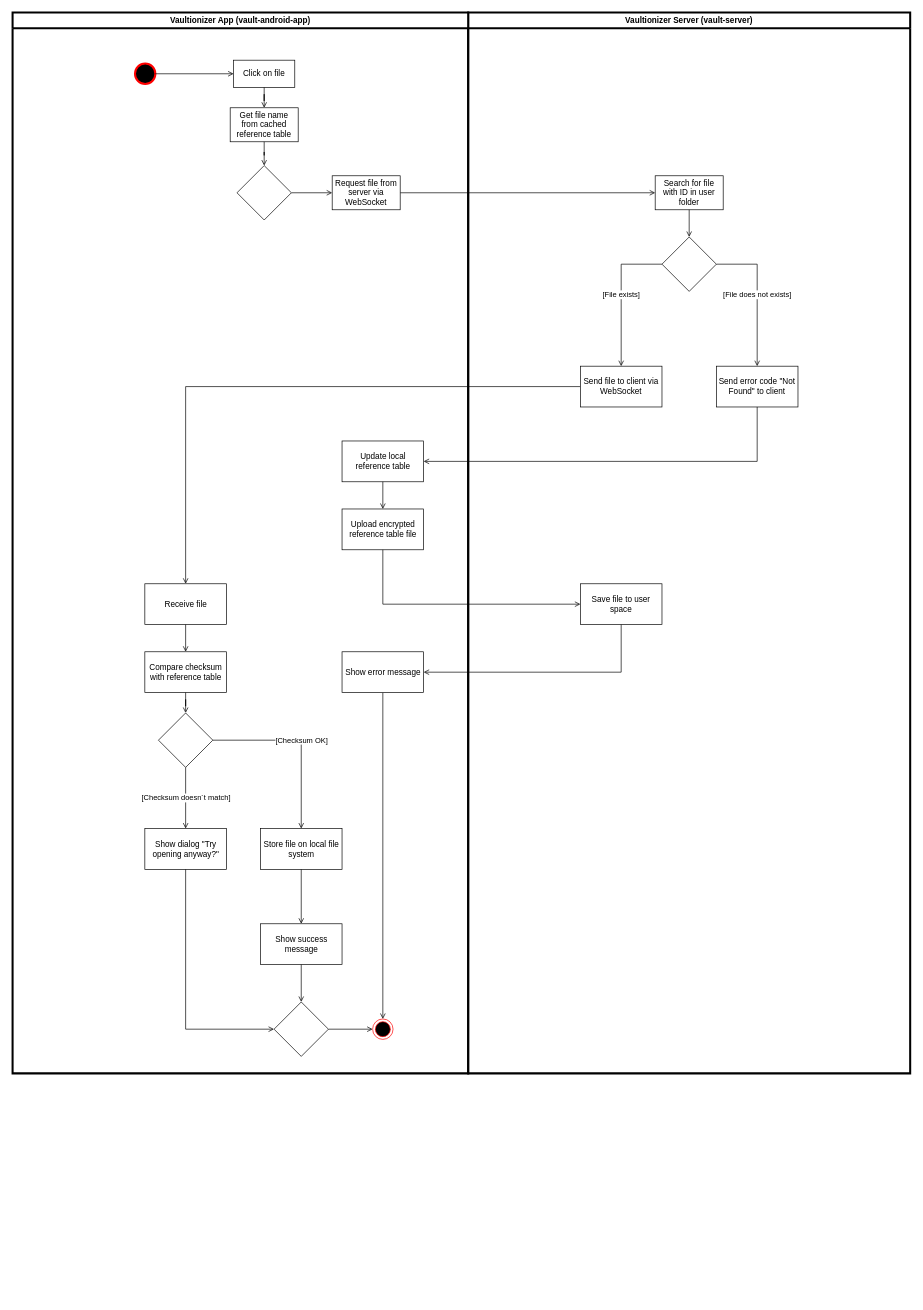
The draw.io diagram img/use_cases/activity_diagrams/ad_download_file.drawio in Vaultionizer/vault-docs, before the edit. Source tidied: cells renumbered, new cells numbered last; positions are measured from the earlier drawing's top-left corner, leaving out a move shared by most shapes. Both pictures are drawn from the tidied source at 68%, with x=0, y=0 at pixel (12, 12).
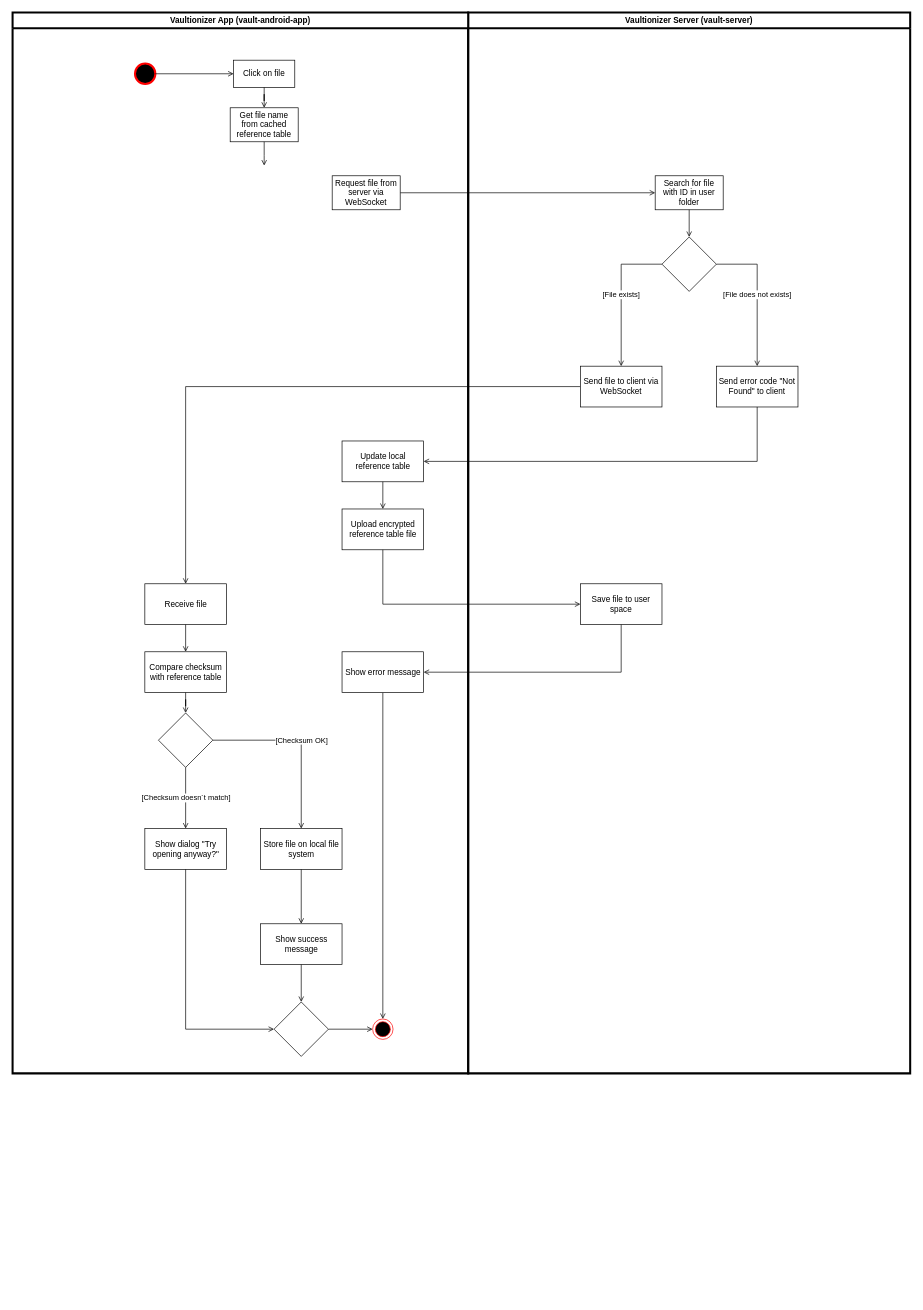
The same page after the edit.

Unchanged cells that the change refers to:
```xml
<mxCell id="14" style="group;" parent="1" vertex="1">
  <mxGeometry width="670" height="1890" as="geometry" />
</mxCell>
<mxCell id="16" value="Get file name from cached reference table" style="rounded=0;whiteSpace=wrap;html=1;" parent="14" vertex="1">
  <mxGeometry x="320" y="140" width="100" height="50" as="geometry" />
</mxCell>
<mxCell id="18" value="Request file from server via WebSocket" style="rounded=0;whiteSpace=wrap;html=1;" parent="14" vertex="1">
  <mxGeometry x="470" y="240" width="100" height="50" as="geometry" />
</mxCell>
```

The edit, as a diff of the source:
```diff
@@
-    <mxCell id="30" style="edgeStyle=orthogonalEdgeStyle;rounded=0;jettySize=auto;html=1;entryX=0;entryY=0.5;entryDx=0;entryDy=0;endArrow=open;endFill=0;strokeColor=#000000;" parent="14" edge="1" source="31" target="18">
-      <mxGeometry relative="1" as="geometry" />
-    </mxCell>
-    <mxCell id="31" style="rhombus;whiteSpace=wrap;html=1;rounded=0;" parent="14" vertex="1">
-      <mxGeometry x="330" y="225" width="80" height="80" as="geometry" />
-    </mxCell>
-    <mxCell id="32" style="edgeStyle=orthogonalEdgeStyle;rounded=0;jettySize=auto;html=1;endArrow=open;endFill=0;strokeColor=#000000;" parent="14" edge="1" source="16" target="31">
-      <mxGeometry relative="1" as="geometry" />
+    <mxCell id="32" style="edgeStyle=orthogonalEdgeStyle;rounded=0;jettySize=auto;html=1;endArrow=open;endFill=0;strokeColor=#000000;" parent="14" edge="1" source="16">
+      <mxGeometry relative="1" as="geometry">
+        <mxPoint x="370" y="225" as="targetPoint" />
+      </mxGeometry>
     </mxCell>
```
